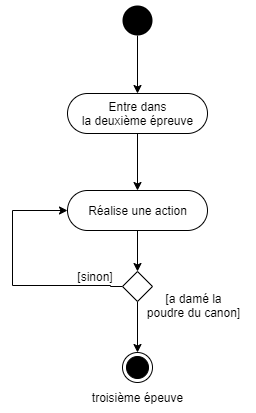
Above: docs/assets/images/diagrams/Activity-second-step.png in Bollemii/MASI-mobile-escape-game (draw.io), before the change. Source tidied: cells renumbered, new cells last; positions are measured from the earlier drawing's top-left corner, leaving out a move shared by most shapes.
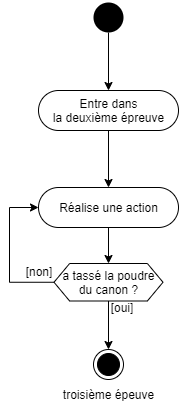
Later version of the same file.

Commit message:
add alternative questions in activity diagrams

The edit, as a diff of the source:
```diff
@@ -14,38 +14,37 @@
     <mxCell id="5" value="Entre dans&lt;br&gt;la deuxième épreuve" style="html=1;align=center;verticalAlign=middle;rounded=1;absoluteArcSize=1;arcSize=49;dashed=0;" parent="1" vertex="1">
       <mxGeometry x="55" y="88" width="140" height="40" as="geometry" />
     </mxCell>
-    <mxCell id="6" style="edgeStyle=orthogonalEdgeStyle;rounded=0;jettySize=auto;html=1;entryX=0.5;entryY=0;entryDx=0;entryDy=0;" parent="1" edge="1" source="7" target="10">
+    <mxCell id="6" style="edgeStyle=orthogonalEdgeStyle;rounded=0;jettySize=auto;html=1;" parent="1" edge="1" source="7" target="16">
       <mxGeometry relative="1" as="geometry" />
     </mxCell>
     <mxCell id="7" value="Réalise une action" style="html=1;align=center;verticalAlign=middle;rounded=1;absoluteArcSize=1;arcSize=49;dashed=0;" parent="1" vertex="1">
       <mxGeometry x="55" y="185" width="140" height="40" as="geometry" />
     </mxCell>
-    <mxCell id="8" style="edgeStyle=orthogonalEdgeStyle;rounded=0;jettySize=auto;html=1;exitX=0;exitY=0.5;exitDx=0;exitDy=0;" parent="1" edge="1" source="10" target="7">
-      <mxGeometry relative="1" as="geometry">
-        <Array as="points">
-          <mxPoint x="98" y="281" />
-          <mxPoint y="280" />
-          <mxPoint y="205" />
-        </Array>
-      </mxGeometry>
-    </mxCell>
-    <mxCell id="9" style="edgeStyle=orthogonalEdgeStyle;rounded=0;jettySize=auto;html=1;" parent="1" edge="1" source="10" target="11">
+    <mxCell id="9" style="edgeStyle=orthogonalEdgeStyle;rounded=0;jettySize=auto;html=1;" parent="1" edge="1" source="16" target="11">
       <mxGeometry relative="1" as="geometry" />
     </mxCell>
-    <mxCell id="10" style="rhombus;" parent="1" vertex="1">
-      <mxGeometry x="110" y="266" width="30" height="30" as="geometry" />
-    </mxCell>
     <mxCell id="11" style="ellipse;html=1;shape=endState;fillColor=#000000;strokeColor=#000000;" parent="1" vertex="1">
       <mxGeometry x="110" y="347" width="30" height="30" as="geometry" />
     </mxCell>
-    <mxCell id="12" value="[a damé la&lt;br&gt;poudre du canon]" style="text;html=1;strokeColor=none;fillColor=none;align=center;verticalAlign=middle;whiteSpace=wrap;rounded=0;" parent="1" vertex="1">
-      <mxGeometry x="125" y="290" width="113" height="20" as="geometry" />
+    <mxCell id="12" value="[oui]" style="text;html=1;strokeColor=none;fillColor=none;align=center;verticalAlign=middle;whiteSpace=wrap;rounded=0;" parent="1" vertex="1">
+      <mxGeometry x="124" y="295" width="30" height="20" as="geometry" />
     </mxCell>
-    <mxCell id="13" value="[sinon]" style="text;html=1;strokeColor=none;fillColor=none;align=center;verticalAlign=middle;whiteSpace=wrap;rounded=0;" parent="1" vertex="1">
-      <mxGeometry x="56" y="261" width="54" height="20" as="geometry" />
+    <mxCell id="13" value="[non]" style="text;html=1;strokeColor=none;fillColor=none;align=center;verticalAlign=middle;whiteSpace=wrap;rounded=0;" parent="1" vertex="1">
+      <mxGeometry x="29" y="259" width="54" height="20" as="geometry" />
     </mxCell>
     <mxCell id="14" value="troisième épeuve" style="text;html=1;strokeColor=none;fillColor=none;align=center;verticalAlign=middle;whiteSpace=wrap;rounded=0;" parent="1" vertex="1">
       <mxGeometry x="73.8" y="382" width="102.5" height="20" as="geometry" />
     </mxCell>
+    <mxCell id="15" style="edgeStyle=orthogonalEdgeStyle;rounded=0;jettySize=auto;html=1;entryX=0;entryY=0.5;entryDx=0;entryDy=0;" parent="1" edge="1" source="16" target="7">
+      <mxGeometry relative="1" as="geometry">
+        <Array as="points">
+          <mxPoint x="26" y="280" />
+          <mxPoint x="26" y="205" />
+        </Array>
+      </mxGeometry>
+    </mxCell>
+    <mxCell id="16" value="a tassé la poudre du canon ?" style="shape=hexagon;html=1;whiteSpace=wrap;perimeter=hexagonPerimeter;rounded=0;size=0.14342103924667637;" parent="1" vertex="1">
+      <mxGeometry x="70.5" y="261" width="109" height="37.5" as="geometry" />
+    </mxCell>
   </root>
 </mxGraphModel>
```
